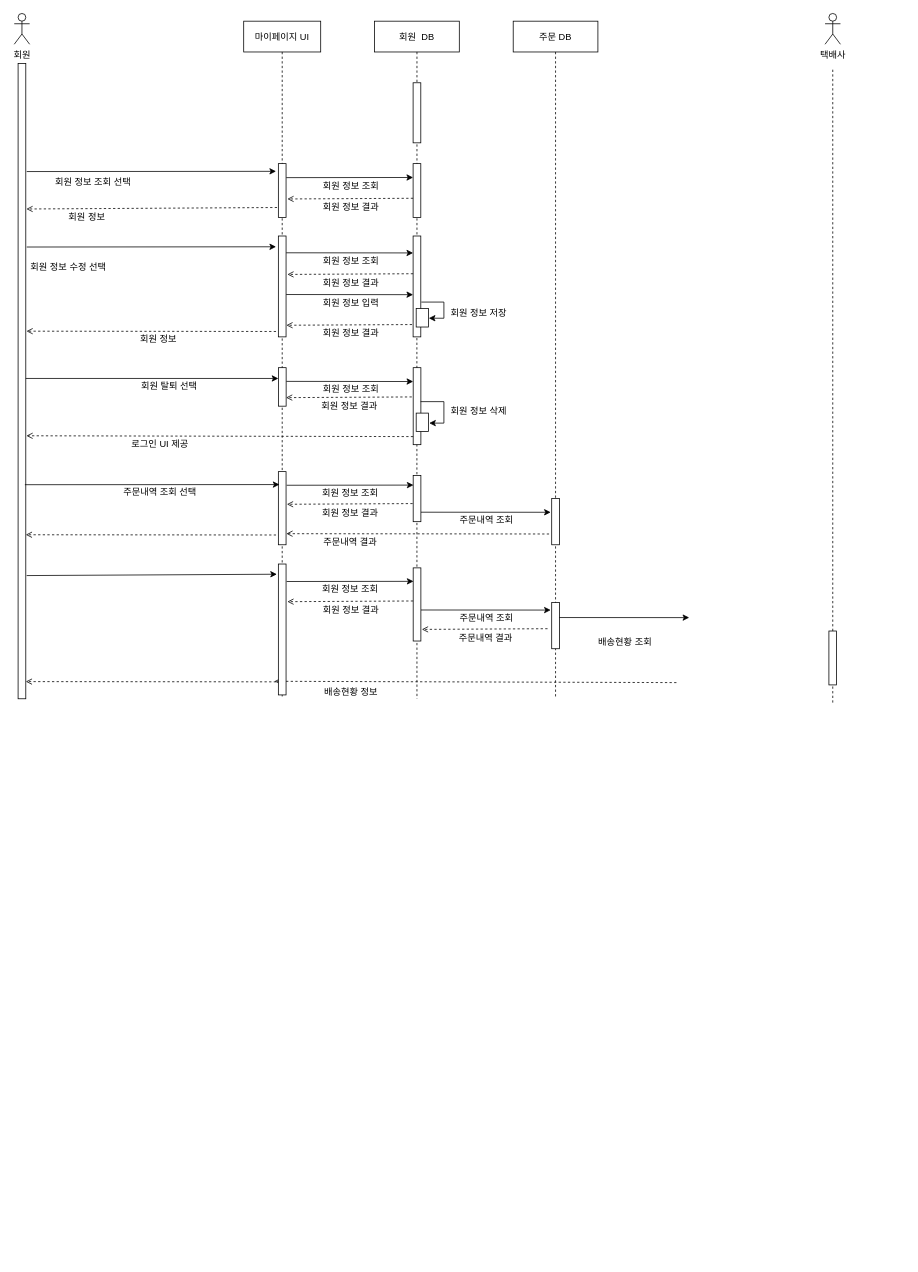
Earlier version of the draw.io diagram Untitled Diagram.drawio (itsdam/JAVA). Source tidied: cells renumbered, new cells numbered last; positions are measured from the earlier drawing's top-left corner, leaving out a move shared by most shapes. Both pictures are drawn from the tidied source at 77%, with x=0, y=0 at pixel (14, 13).
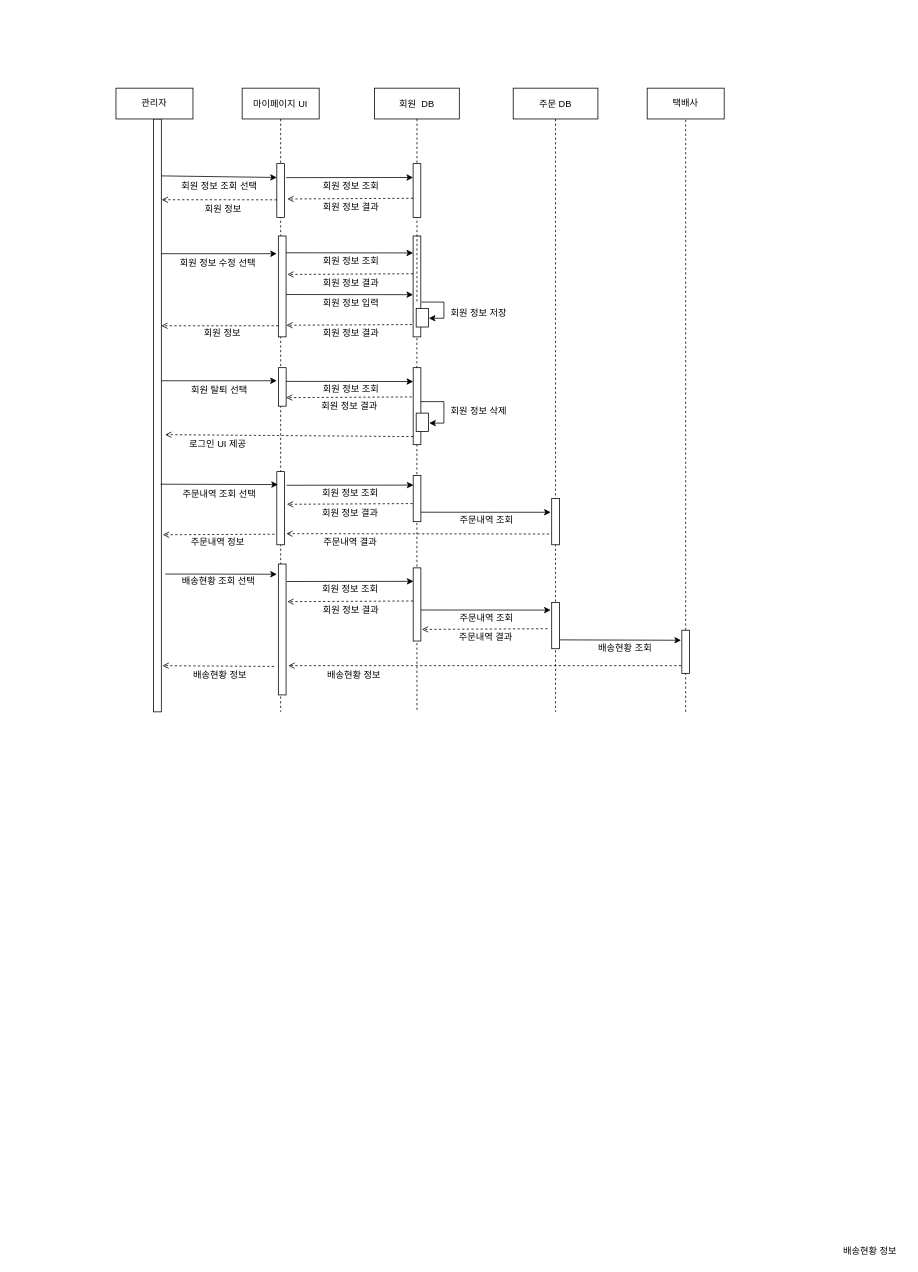
After the change.

Unchanged cells that the change refers to:
```xml
<mxCell id="44" style="points=[];perimeter=orthogonalPerimeter;rounded=0;shadow=0;strokeWidth=1;" parent="1" vertex="1">
  <mxGeometry x="518.1" y="460" width="10" height="100" as="geometry" />
</mxCell>
<mxCell id="63" style="points=[];perimeter=orthogonalPerimeter;rounded=0;shadow=0;strokeWidth=1;" parent="1" vertex="1">
  <mxGeometry x="343" y="715" width="10" height="170" as="geometry" />
</mxCell>
```

Change to the diagram source:
```diff
@@
     <mxCell id="3" value="회원  DB" style="shape=umlLifeline;perimeter=lifelinePerimeter;rounded=0;shadow=0;strokeWidth=1;" parent="1" vertex="1">
-      <mxGeometry x="468" y="10" width="110" height="280" as="geometry" />
+      <mxGeometry x="468" y="97" width="110" height="280" as="geometry" />
     </mxCell>
     <mxCell id="4" style="perimeter=orthogonalPerimeter;rounded=0;shadow=0;strokeWidth=1;" parent="3" vertex="1">
-      <mxGeometry x="50" y="185" width="10" height="70" as="geometry" />
+      <mxGeometry x="50" y="98" width="10" height="70" as="geometry" />
     </mxCell>
     <mxCell id="5" style="endArrow=classic;html=1;rounded=0;entryX=-0.177;entryY=0.155;entryDx=0;entryDy=0;entryPerimeter=0;exitX=1.022;exitY=0.36;exitDx=0;exitDy=0;exitPerimeter=0;" parent="3" edge="1">
       <mxGeometry relative="1" as="geometry">
-        <mxPoint x="-114.8" y="203.2" as="sourcePoint" />
-        <mxPoint x="50" y="203" as="targetPoint" />
+        <mxPoint x="-114.8" y="116.2" as="sourcePoint" />
+        <mxPoint x="50" y="116" as="targetPoint" />
       </mxGeometry>
     </mxCell>
     <mxCell id="6" style="endArrow=open;html=1;rounded=0;dashed=1;entryX=1.03;entryY=0.253;entryDx=0;entryDy=0;entryPerimeter=0;endFill=0;exitX=-0.141;exitY=0.544;exitDx=0;exitDy=0;exitPerimeter=0;" parent="3" edge="1">
       <mxGeometry relative="1" as="geometry">
-        <mxPoint x="50" y="230" as="sourcePoint" />
-        <mxPoint x="-113.3" y="230.9" as="targetPoint" />
+        <mxPoint x="50" y="143" as="sourcePoint" />
+        <mxPoint x="-113.3" y="143.9" as="targetPoint" />
       </mxGeometry>
     </mxCell>
     <mxCell id="7" value="회원 정보 입력" style="text;html=1;align=center;verticalAlign=middle;strokeColor=none;fillColor=none;" parent="3" vertex="1">
-      <mxGeometry x="-76" y="357.2" width="90" height="20" as="geometry" />
+      <mxGeometry x="-76" y="270.2" width="90" height="20" as="geometry" />
     </mxCell>
-    <mxCell id="8" style="perimeter=orthogonalPerimeter;rounded=0;shadow=0;strokeWidth=1;" parent="3" vertex="1">
-      <mxGeometry x="50" y="80" width="10" height="78" as="geometry" />
-    </mxCell>
     <mxCell id="9" value="마이페이지 UI" style="shape=umlLifeline;perimeter=lifelinePerimeter;rounded=0;shadow=0;strokeWidth=1;" parent="1" vertex="1">
-      <mxGeometry x="298" y="10" width="100" height="880" as="geometry" />
+      <mxGeometry x="296" y="97" width="100" height="810" as="geometry" />
     </mxCell>
     <mxCell id="10" style="perimeter=orthogonalPerimeter;rounded=0;shadow=0;strokeWidth=1;" parent="9" vertex="1">
-      <mxGeometry x="45" y="185" width="10" height="70" as="geometry" />
+      <mxGeometry x="45" y="98" width="10" height="70" as="geometry" />
     </mxCell>
-    <mxCell id="11" style="endArrow=open;html=1;rounded=0;dashed=1;endFill=0;exitX=-0.141;exitY=0.544;exitDx=0;exitDy=0;exitPerimeter=0;entryX=1.078;entryY=0.229;entryDx=0;entryDy=0;entryPerimeter=0;" parent="9" edge="1" target="15">
-      <mxGeometry relative="1" as="geometry">
-        <mxPoint x="43.3" y="242" as="sourcePoint" />
-      </mxGeometry>
-    </mxCell>
     <mxCell id="12" style="points=[];perimeter=orthogonalPerimeter;rounded=0;shadow=0;strokeWidth=1;" parent="9" vertex="1">
-      <mxGeometry x="45" y="585" width="10" height="95" as="geometry" />
+      <mxGeometry x="45" y="498" width="10" height="95" as="geometry" />
     </mxCell>
-    <mxCell id="13" value="회원" style="shape=umlActor;verticalLabelPosition=bottom;verticalAlign=top;html=1;" parent="1" vertex="1">
-      <mxGeometry width="20" height="40" as="geometry" />
-    </mxCell>
+    <mxCell id="16" style="endArrow=classic;html=1;rounded=0;exitX=0.9;exitY=0.096;exitDx=0;exitDy=0;exitPerimeter=0;" parent="9" edge="1" source="15">
+      <mxGeometry relative="1" as="geometry">
+        <mxPoint x="45" y="116" as="targetPoint" />
+      </mxGeometry>
+    </mxCell>
+    <mxCell id="30" style="endArrow=classic;html=1;rounded=0;" parent="9" edge="1">
+      <mxGeometry relative="1" as="geometry">
+        <mxPoint x="-110" y="215" as="sourcePoint" />
+        <mxPoint x="45" y="215" as="targetPoint" />
+      </mxGeometry>
+    </mxCell>
+    <mxCell id="84" value="회원 정보 수정 선택" style="text;html=1;align=center;verticalAlign=middle;strokeColor=none;fillColor=none;" parent="9" vertex="1">
+      <mxGeometry x="-92" y="218" width="120" height="20" as="geometry" />
+    </mxCell>
+    <mxCell id="46" style="endArrow=classic;html=1;rounded=0;" parent="9" edge="1">
+      <mxGeometry relative="1" as="geometry">
+        <mxPoint x="-110" y="380" as="sourcePoint" />
+        <mxPoint x="45" y="380" as="targetPoint" />
+      </mxGeometry>
+    </mxCell>
+    <mxCell id="55" value="주문내역 조회 선택" style="text;html=1;align=center;verticalAlign=middle;strokeColor=none;fillColor=none;" parent="9" vertex="1">
+      <mxGeometry x="-90" y="517" width="120" height="20" as="geometry" />
+    </mxCell>
     <mxCell id="14" style="endArrow=none;dashed=1;html=1;rounded=0;" parent="1" edge="1">
       <mxGeometry relative="1" as="geometry">
-        <mxPoint x="10" y="400" as="sourcePoint" />
-        <mxPoint x="10" y="70" as="targetPoint" />
+        <mxPoint x="186" y="487" as="sourcePoint" />
+        <mxPoint x="186" y="157" as="targetPoint" />
       </mxGeometry>
     </mxCell>
     <mxCell id="15" style="points=[];perimeter=orthogonalPerimeter;rounded=0;shadow=0;strokeWidth=1;" parent="1" vertex="1">
-      <mxGeometry x="5" y="65" width="10" height="825" as="geometry" />
+      <mxGeometry x="181" y="137" width="10" height="770" as="geometry" />
     </mxCell>
-    <mxCell id="16" style="endArrow=classic;html=1;rounded=0;exitX=1.116;exitY=0.27;exitDx=0;exitDy=0;exitPerimeter=0;" parent="1" edge="1">
-      <mxGeometry relative="1" as="geometry">
-        <mxPoint x="16.2" y="205.3" as="sourcePoint" />
-        <mxPoint x="340" y="205" as="targetPoint" />
-      </mxGeometry>
-    </mxCell>
     <mxCell id="17" value="주문 DB" style="shape=umlLifeline;perimeter=lifelinePerimeter;rounded=0;shadow=0;strokeWidth=1;" parent="1" vertex="1">
-      <mxGeometry x="648" y="10" width="110" height="880" as="geometry" />
+      <mxGeometry x="648" y="97" width="110" height="810" as="geometry" />
     </mxCell>
     <mxCell id="18" style="perimeter=orthogonalPerimeter;rounded=0;shadow=0;strokeWidth=1;" parent="17" vertex="1">
-      <mxGeometry x="50" y="620" width="10" height="60" as="geometry" />
+      <mxGeometry x="50" y="533" width="10" height="60" as="geometry" />
     </mxCell>
     <mxCell id="19" style="endArrow=classic;html=1;rounded=0;entryX=-0.131;entryY=0.297;entryDx=0;entryDy=0;entryPerimeter=0;exitX=1.022;exitY=0.36;exitDx=0;exitDy=0;exitPerimeter=0;endFill=1;" parent="17" edge="1">
       <mxGeometry relative="1" as="geometry">
-        <mxPoint x="-119.9" y="637.7" as="sourcePoint" />
-        <mxPoint x="48.7" y="637.8" as="targetPoint" />
+        <mxPoint x="-119.9" y="550.7" as="sourcePoint" />
+        <mxPoint x="48.7" y="550.8" as="targetPoint" />
       </mxGeometry>
     </mxCell>
     <mxCell id="20" style="perimeter=orthogonalPerimeter;rounded=0;shadow=0;strokeWidth=1;" parent="17" vertex="1">
-      <mxGeometry x="50" y="755" width="10" height="60" as="geometry" />
+      <mxGeometry x="50" y="668" width="10" height="60" as="geometry" />
     </mxCell>
     <mxCell id="21" style="endArrow=classic;html=1;rounded=0;entryX=-0.131;entryY=0.297;entryDx=0;entryDy=0;entryPerimeter=0;exitX=1.022;exitY=0.36;exitDx=0;exitDy=0;exitPerimeter=0;endFill=1;" parent="17" edge="1">
       <mxGeometry relative="1" as="geometry">
-        <mxPoint x="-119.9" y="764.7" as="sourcePoint" />
-        <mxPoint x="48.7" y="764.8" as="targetPoint" />
+        <mxPoint x="-119.9" y="677.7" as="sourcePoint" />
+        <mxPoint x="48.7" y="677.8" as="targetPoint" />
       </mxGeometry>
     </mxCell>
     <mxCell id="22" value="주문내역 조회" style="text;html=1;align=center;verticalAlign=middle;strokeColor=none;fillColor=none;" parent="17" vertex="1">
-      <mxGeometry x="-80" y="765" width="90" height="20" as="geometry" />
+      <mxGeometry x="-80" y="678" width="90" height="20" as="geometry" />
     </mxCell>
     <mxCell id="23" style="endArrow=open;html=1;rounded=0;dashed=1;entryX=1.03;entryY=0.253;entryDx=0;entryDy=0;entryPerimeter=0;endFill=0;exitX=-0.141;exitY=0.544;exitDx=0;exitDy=0;exitPerimeter=0;" parent="17" edge="1">
       <mxGeometry relative="1" as="geometry">
-        <mxPoint x="44.6" y="789" as="sourcePoint" />
-        <mxPoint x="-118.6" y="789.9" as="targetPoint" />
+        <mxPoint x="44.6" y="702" as="sourcePoint" />
+        <mxPoint x="-118.6" y="702.9" as="targetPoint" />
       </mxGeometry>
     </mxCell>
     <mxCell id="24" value="주문내역 결과" style="text;html=1;align=center;verticalAlign=middle;strokeColor=none;fillColor=none;" parent="17" vertex="1">
-      <mxGeometry x="-81.4" y="791" width="90" height="20" as="geometry" />
+      <mxGeometry x="-81.4" y="703" width="90" height="20" as="geometry" />
     </mxCell>
-    <mxCell id="25" style="endArrow=classic;html=1;rounded=0;entryX=-0.131;entryY=0.297;entryDx=0;entryDy=0;entryPerimeter=0;exitX=1.022;exitY=0.36;exitDx=0;exitDy=0;exitPerimeter=0;endFill=1;" parent="17" edge="1">
+    <mxCell id="25" style="endArrow=classic;html=1;rounded=0;exitX=1.022;exitY=0.36;exitDx=0;exitDy=0;exitPerimeter=0;endFill=1;" parent="17" edge="1">
       <mxGeometry relative="1" as="geometry">
-        <mxPoint x="60" y="774.5" as="sourcePoint" />
-        <mxPoint x="228.6" y="774.6" as="targetPoint" />
+        <mxPoint x="60" y="716.5" as="sourcePoint" />
+        <mxPoint x="218" y="717" as="targetPoint" />
       </mxGeometry>
     </mxCell>
-    <mxCell id="26" style="endArrow=open;html=1;rounded=0;dashed=1;endFill=0;exitX=-0.141;exitY=0.544;exitDx=0;exitDy=0;exitPerimeter=0;entryX=1.3;entryY=0.819;entryDx=0;entryDy=0;entryPerimeter=0;" parent="17" edge="1">
+    <mxCell id="26" style="endArrow=open;html=1;rounded=0;dashed=1;endFill=0;exitX=-0.141;exitY=0.544;exitDx=0;exitDy=0;exitPerimeter=0;" parent="17" edge="1">
       <mxGeometry relative="1" as="geometry">
-        <mxPoint x="212" y="859" as="sourcePoint" />
-        <mxPoint x="-310" y="857.3" as="targetPoint" />
+        <mxPoint x="218" y="750" as="sourcePoint" />
+        <mxPoint x="-292" y="750" as="targetPoint" />
       </mxGeometry>
     </mxCell>
@@
-    <mxCell id="30" style="endArrow=classic;html=1;rounded=0;exitX=1.116;exitY=0.27;exitDx=0;exitDy=0;exitPerimeter=0;" parent="1" edge="1">
-      <mxGeometry relative="1" as="geometry">
-        <mxPoint x="16.2" y="303.3" as="sourcePoint" />
-        <mxPoint x="340" y="303" as="targetPoint" />
-      </mxGeometry>
-    </mxCell>
@@
     <mxCell id="35" style="endArrow=none;html=1;rounded=0;dashed=1;endFill=0;exitX=0.689;exitY=1.019;exitDx=0;exitDy=0;exitPerimeter=0;" parent="1" edge="1">
       <mxGeometry relative="1" as="geometry">
         <mxPoint x="522.9" y="421.5" as="sourcePoint" />
-        <mxPoint x="523" y="890" as="targetPoint" />
+        <mxPoint x="523" y="907" as="targetPoint" />
       </mxGeometry>
     </mxCell>
@@
-    <mxCell id="41" style="endArrow=open;html=1;rounded=0;dashed=1;endFill=0;entryX=1.086;entryY=0.328;entryDx=0;entryDy=0;entryPerimeter=0;" parent="1" edge="1">
+    <mxCell id="41" style="endArrow=open;html=1;rounded=0;dashed=1;endFill=0;" parent="1" edge="1" target="15">
       <mxGeometry relative="1" as="geometry">
-        <mxPoint x="340" y="413" as="sourcePoint" />
-        <mxPoint x="15.9" y="412.6" as="targetPoint" />
+        <mxPoint x="343" y="405.6" as="sourcePoint" />
       </mxGeometry>
     </mxCell>
@@
     <mxCell id="43" value="회원 정보" style="text;html=1;align=center;verticalAlign=middle;strokeColor=none;fillColor=none;" parent="1" vertex="1">
-      <mxGeometry x="152" y="413" width="70" height="20" as="geometry" />
+      <mxGeometry x="235" y="405.2" width="70" height="20" as="geometry" />
     </mxCell>
@@
-    <mxCell id="46" style="endArrow=classic;html=1;rounded=0;" parent="1" edge="1" source="15">
-      <mxGeometry relative="1" as="geometry">
-        <mxPoint x="343" y="474" as="targetPoint" />
-      </mxGeometry>
-    </mxCell>
     <mxCell id="47" value="회원 탈퇴 선택" style="text;html=1;align=center;verticalAlign=middle;strokeColor=none;fillColor=none;" parent="1" vertex="1">
-      <mxGeometry x="156.1" y="474" width="90" height="20" as="geometry" />
+      <mxGeometry x="221" y="480" width="90" height="20" as="geometry" />
     </mxCell>
@@
-    <mxCell id="52" style="endArrow=open;html=1;rounded=0;dashed=1;endFill=0;exitX=-0.003;exitY=0.895;exitDx=0;exitDy=0;exitPerimeter=0;entryX=1.081;entryY=0.586;entryDx=0;entryDy=0;entryPerimeter=0;" parent="1" edge="1" source="44" target="15">
-      <mxGeometry relative="1" as="geometry" />
+    <mxCell id="52" style="endArrow=open;html=1;rounded=0;dashed=1;endFill=0;exitX=-0.003;exitY=0.895;exitDx=0;exitDy=0;exitPerimeter=0;" parent="1" edge="1" source="44">
+      <mxGeometry relative="1" as="geometry">
+        <mxPoint x="196" y="547" as="targetPoint" />
+        <Array as="points">
+          <mxPoint x="196" y="547" />
+        </Array>
+      </mxGeometry>
     </mxCell>
@@
     <mxCell id="54" value="로그인 UI 제공" style="text;html=1;align=center;verticalAlign=middle;strokeColor=none;fillColor=none;" parent="1" vertex="1">
-      <mxGeometry x="144" y="550" width="90" height="20" as="geometry" />
+      <mxGeometry x="219.1" y="549" width="90" height="20" as="geometry" />
     </mxCell>
-    <mxCell id="55" value="주문내역 조회 선택" style="text;html=1;align=center;verticalAlign=middle;strokeColor=none;fillColor=none;" parent="1" vertex="1">
-      <mxGeometry x="129.1" y="612" width="120" height="20" as="geometry" />
-    </mxCell>
@@
-    <mxCell id="62" style="endArrow=classic;html=1;rounded=0;entryX=-0.189;entryY=0.078;entryDx=0;entryDy=0;entryPerimeter=0;exitX=1.111;exitY=0.8;exitDx=0;exitDy=0;exitPerimeter=0;" parent="1" edge="1" target="63">
+    <mxCell id="62" style="endArrow=classic;html=1;rounded=0;entryX=-0.189;entryY=0.078;entryDx=0;entryDy=0;entryPerimeter=0;" parent="1" edge="1" target="63">
       <mxGeometry relative="1" as="geometry">
-        <mxPoint x="16.1" y="730" as="sourcePoint" />
+        <mxPoint x="196" y="728" as="sourcePoint" />
       </mxGeometry>
     </mxCell>
@@
     <mxCell id="67" value="배송현황 조회" style="text;html=1;align=center;verticalAlign=middle;strokeColor=none;fillColor=none;" parent="1" vertex="1">
-      <mxGeometry x="748" y="807" width="90" height="20" as="geometry" />
+      <mxGeometry x="748" y="814" width="90" height="20" as="geometry" />
     </mxCell>
-    <mxCell id="68" value="택배사" style="shape=umlActor;verticalLabelPosition=bottom;verticalAlign=top;html=1;outlineConnect=0;" parent="1" vertex="1">
-      <mxGeometry x="1053" width="20" height="40" as="geometry" />
-    </mxCell>
-    <mxCell id="69" style="endArrow=none;dashed=1;html=1;rounded=0;startArrow=none;" parent="1" edge="1" source="70">
-      <mxGeometry relative="1" as="geometry">
-        <mxPoint x="1063" y="70" as="targetPoint" />
-      </mxGeometry>
+    <mxCell id="69" style="endArrow=none;dashed=1;html=1;rounded=0;startArrow=none;entryX=0.5;entryY=1;entryDx=0;entryDy=0;" parent="1" edge="1" source="70" target="68">
+      <mxGeometry relative="1" as="geometry" />
     </mxCell>
     <mxCell id="70" style="points=[];perimeter=orthogonalPerimeter;rounded=0;shadow=0;strokeWidth=1;" parent="1" vertex="1">
-      <mxGeometry x="1058" y="802" width="10" height="70" as="geometry" />
+      <mxGeometry x="867" y="801" width="10" height="56" as="geometry" />
     </mxCell>
     <mxCell id="71" style="endArrow=none;dashed=1;html=1;rounded=0;startArrow=none;" parent="1" edge="1" target="70">
       <mxGeometry relative="1" as="geometry">
-        <mxPoint x="1063" y="895" as="sourcePoint" />
+        <mxPoint x="872" y="907" as="sourcePoint" />
       </mxGeometry>
     </mxCell>
     <mxCell id="72" value="배송현황 정보" style="text;html=1;align=center;verticalAlign=middle;strokeColor=none;fillColor=none;" parent="1" vertex="1">
-      <mxGeometry x="392.1" y="871" width="90" height="20" as="geometry" />
+      <mxGeometry x="1066" y="1597" width="90" height="20" as="geometry" />
     </mxCell>
-    <mxCell id="73" style="endArrow=open;html=1;rounded=0;dashed=1;endFill=0;entryX=1.081;entryY=0.692;entryDx=0;entryDy=0;entryPerimeter=0;" parent="1" edge="1">
-      <mxGeometry relative="1" as="geometry">
-        <mxPoint x="340" y="868" as="sourcePoint" />
-        <mxPoint x="15" y="867.7" as="targetPoint" />
-      </mxGeometry>
-    </mxCell>
@@
-    <mxCell id="80" style="endArrow=classic;html=1;rounded=0;exitX=0.879;exitY=0.663;exitDx=0;exitDy=0;exitPerimeter=0;entryX=0.144;entryY=0.177;entryDx=0;entryDy=0;entryPerimeter=0;" parent="1" edge="1" source="15" target="12">
+    <mxCell id="80" style="endArrow=classic;html=1;rounded=0;entryX=0.144;entryY=0.177;entryDx=0;entryDy=0;entryPerimeter=0;exitX=0.9;exitY=0.616;exitDx=0;exitDy=0;exitPerimeter=0;" parent="1" edge="1" source="15" target="12">
       <mxGeometry relative="1" as="geometry" />
     </mxCell>
-    <mxCell id="81" style="endArrow=open;html=1;rounded=0;dashed=1;endFill=0;entryX=1.081;entryY=0.692;entryDx=0;entryDy=0;entryPerimeter=0;" parent="1" edge="1">
+    <mxCell id="81" style="endArrow=open;html=1;rounded=0;dashed=1;endFill=0;" parent="1" edge="1">
       <mxGeometry relative="1" as="geometry">
-        <mxPoint x="340" y="677.3" as="sourcePoint" />
-        <mxPoint x="15" y="677" as="targetPoint" />
+        <mxPoint x="338" y="676.3" as="sourcePoint" />
+        <mxPoint x="193" y="677" as="targetPoint" />
       </mxGeometry>
     </mxCell>
     <mxCell id="82" value="회원 정보 조회 선택" style="text;html=1;align=center;verticalAlign=middle;strokeColor=none;fillColor=none;" parent="1" vertex="1">
-      <mxGeometry x="42.1" y="209" width="120" height="20" as="geometry" />
+      <mxGeometry x="206" y="215" width="120" height="20" as="geometry" />
     </mxCell>
     <mxCell id="83" value="회원 정보" style="text;html=1;align=center;verticalAlign=middle;strokeColor=none;fillColor=none;" parent="1" vertex="1">
-      <mxGeometry x="59.1" y="255" width="70" height="20" as="geometry" />
+      <mxGeometry x="236" y="244" width="70" height="20" as="geometry" />
     </mxCell>
-    <mxCell id="84" value="회원 정보 수정 선택" style="text;html=1;align=center;verticalAlign=middle;strokeColor=none;fillColor=none;" parent="1" vertex="1">
-      <mxGeometry x="10" y="320" width="120" height="20" as="geometry" />
-    </mxCell>
+    <mxCell id="85" value="관리자" style="rounded=0;whiteSpace=wrap;html=1;" parent="1" vertex="1">
+      <mxGeometry x="132.1" y="97" width="100" height="40" as="geometry" />
+    </mxCell>
+    <mxCell id="68" value="택배사" style="rounded=0;whiteSpace=wrap;html=1;" parent="1" vertex="1">
+      <mxGeometry x="822" y="97" width="100" height="40" as="geometry" />
+    </mxCell>
+    <mxCell id="11" style="endArrow=open;html=1;rounded=0;dashed=1;endFill=0;entryX=1.078;entryY=0.229;entryDx=0;entryDy=0;entryPerimeter=0;" parent="1" edge="1">
+      <mxGeometry relative="1" as="geometry">
+        <mxPoint x="341" y="242" as="sourcePoint" />
+        <mxPoint x="191.5" y="241.9" as="targetPoint" />
+      </mxGeometry>
+    </mxCell>
+    <mxCell id="73" style="endArrow=open;html=1;rounded=0;dashed=1;endFill=0;" parent="1" edge="1">
+      <mxGeometry relative="1" as="geometry">
+        <mxPoint x="337.5" y="848" as="sourcePoint" />
+        <mxPoint x="192.5" y="847" as="targetPoint" />
+      </mxGeometry>
+    </mxCell>
+    <mxCell id="86" value="주문내역 정보" style="text;html=1;align=center;verticalAlign=middle;strokeColor=none;fillColor=none;" parent="1" vertex="1">
+      <mxGeometry x="219.1" y="677" width="90" height="20" as="geometry" />
+    </mxCell>
+    <mxCell id="87" value="배송현황 조회 선택" style="text;html=1;align=center;verticalAlign=middle;strokeColor=none;fillColor=none;" parent="1" vertex="1">
+      <mxGeometry x="205" y="728" width="120" height="20" as="geometry" />
+    </mxCell>
+    <mxCell id="88" value="배송현황 정보" style="text;html=1;align=center;verticalAlign=middle;strokeColor=none;fillColor=none;" parent="1" vertex="1">
+      <mxGeometry x="222" y="849" width="90" height="20" as="geometry" />
+    </mxCell>
+    <mxCell id="89" value="배송현황 정보" style="text;html=1;align=center;verticalAlign=middle;strokeColor=none;fillColor=none;" parent="1" vertex="1">
+      <mxGeometry x="396" y="849" width="90" height="20" as="geometry" />
+    </mxCell>
```
